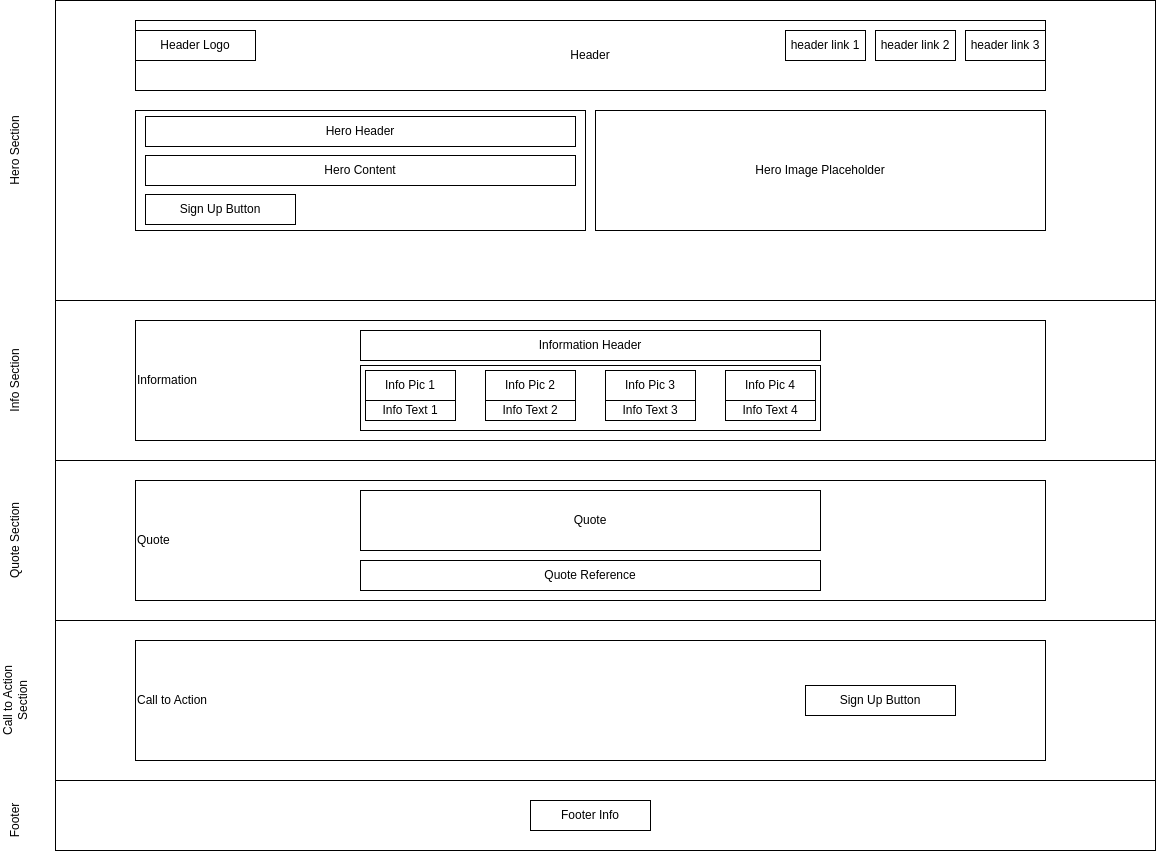
Above: top_project1.png in jjagodz4/top-project1 (draw.io), before the change. Source tidied: cells renumbered, new cells last; positions are measured from the earlier drawing's top-left corner, leaving out a move shared by most shapes.
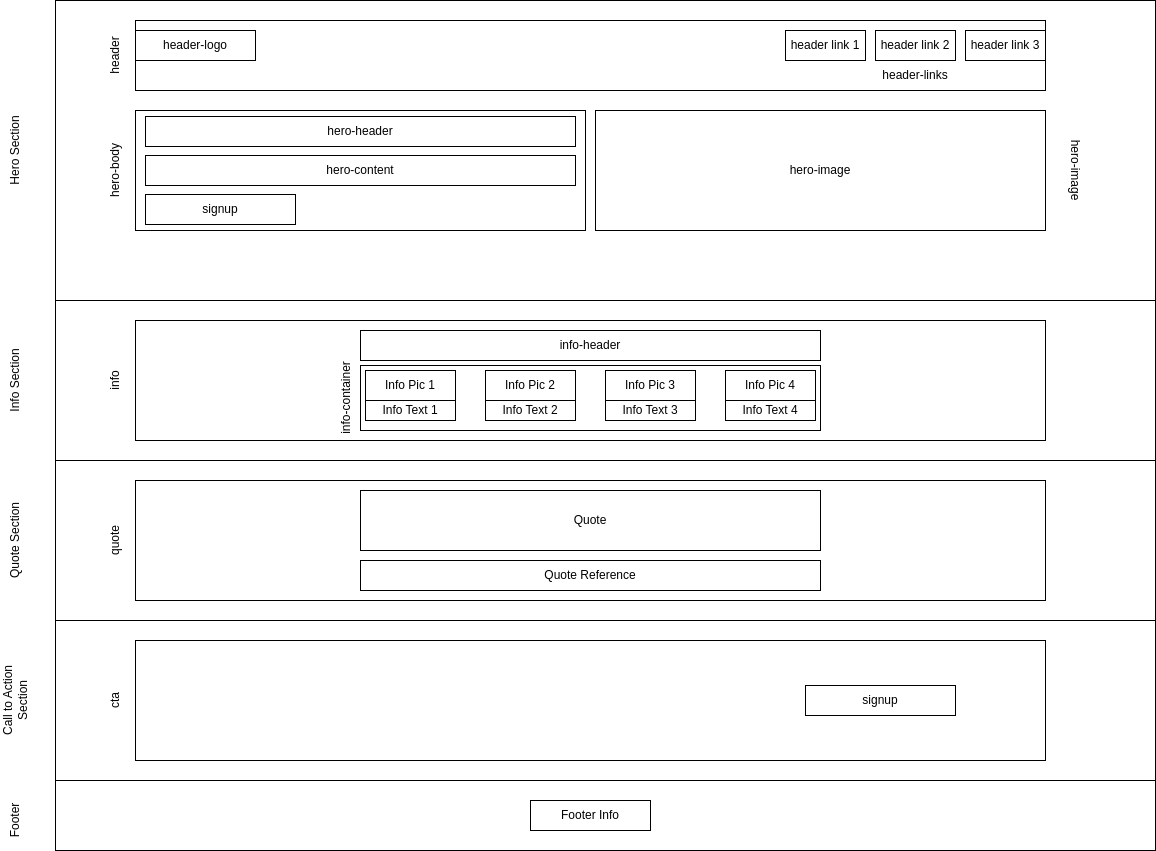
The same file after the commit.

Diff of the diagram source:
```diff
@@ -17,10 +17,10 @@
     <mxCell id="6" style="rounded=0;whiteSpace=wrap;html=1;" parent="1" vertex="1">
       <mxGeometry x="90" y="780" width="1100" height="70" as="geometry" />
     </mxCell>
-    <mxCell id="7" value="Header" style="rounded=0;whiteSpace=wrap;html=1;" parent="1" vertex="1">
+    <mxCell id="7" style="rounded=0;whiteSpace=wrap;html=1;" parent="1" vertex="1">
       <mxGeometry x="170" y="20" width="910" height="70" as="geometry" />
     </mxCell>
-    <mxCell id="8" value="Header Logo" style="rounded=0;whiteSpace=wrap;html=1;" parent="1" vertex="1">
+    <mxCell id="8" value="header-logo" style="rounded=0;whiteSpace=wrap;html=1;" parent="1" vertex="1">
       <mxGeometry x="170" y="30" width="120" height="30" as="geometry" />
     </mxCell>
     <mxCell id="9" value="header link 3" style="rounded=0;whiteSpace=wrap;html=1;" parent="1" vertex="1">
@@ -35,22 +35,22 @@
     <mxCell id="12" style="rounded=0;whiteSpace=wrap;html=1;" parent="1" vertex="1">
       <mxGeometry x="170" y="110" width="450" height="120" as="geometry" />
     </mxCell>
-    <mxCell id="13" value="Hero Image Placeholder" style="rounded=0;whiteSpace=wrap;html=1;" parent="1" vertex="1">
+    <mxCell id="13" value="hero-image" style="rounded=0;whiteSpace=wrap;html=1;" parent="1" vertex="1">
       <mxGeometry x="630" y="110" width="450" height="120" as="geometry" />
     </mxCell>
-    <mxCell id="14" value="Hero Header" style="rounded=0;whiteSpace=wrap;html=1;" parent="1" vertex="1">
+    <mxCell id="14" value="hero-header" style="rounded=0;whiteSpace=wrap;html=1;" parent="1" vertex="1">
       <mxGeometry x="180" y="116" width="430" height="30" as="geometry" />
     </mxCell>
-    <mxCell id="15" value="Hero Content" style="rounded=0;whiteSpace=wrap;html=1;" parent="1" vertex="1">
+    <mxCell id="15" value="hero-content" style="rounded=0;whiteSpace=wrap;html=1;" parent="1" vertex="1">
       <mxGeometry x="180" y="155" width="430" height="30" as="geometry" />
     </mxCell>
-    <mxCell id="16" value="Sign Up Button" style="rounded=0;whiteSpace=wrap;html=1;" parent="1" vertex="1">
+    <mxCell id="16" value="signup" style="rounded=0;whiteSpace=wrap;html=1;" parent="1" vertex="1">
       <mxGeometry x="180" y="194" width="150" height="30" as="geometry" />
     </mxCell>
-    <mxCell id="17" value="Information" style="rounded=0;whiteSpace=wrap;html=1;align=left;" parent="1" vertex="1">
+    <mxCell id="17" style="rounded=0;whiteSpace=wrap;html=1;align=left;" parent="1" vertex="1">
       <mxGeometry x="170" y="320" width="910" height="120" as="geometry" />
     </mxCell>
-    <mxCell id="18" value="Information Header" style="rounded=0;whiteSpace=wrap;html=1;" parent="1" vertex="1">
+    <mxCell id="18" value="info-header" style="rounded=0;whiteSpace=wrap;html=1;" parent="1" vertex="1">
       <mxGeometry x="395" y="330" width="460" height="30" as="geometry" />
     </mxCell>
     <mxCell id="19" style="rounded=0;whiteSpace=wrap;html=1;" parent="1" vertex="1">
@@ -80,7 +80,7 @@
     <mxCell id="27" value="Info Text 4" style="rounded=0;whiteSpace=wrap;html=1;" parent="1" vertex="1">
       <mxGeometry x="760" y="400" width="90" height="20" as="geometry" />
     </mxCell>
-    <mxCell id="28" value="Quote" style="rounded=0;whiteSpace=wrap;html=1;align=left;" parent="1" vertex="1">
+    <mxCell id="28" style="rounded=0;whiteSpace=wrap;html=1;align=left;" parent="1" vertex="1">
       <mxGeometry x="170" y="480" width="910" height="120" as="geometry" />
     </mxCell>
     <mxCell id="29" value="Quote" style="rounded=0;whiteSpace=wrap;html=1;" parent="1" vertex="1">
@@ -89,10 +89,10 @@
     <mxCell id="30" value="Quote Reference" style="rounded=0;whiteSpace=wrap;html=1;" parent="1" vertex="1">
       <mxGeometry x="395" y="560" width="460" height="30" as="geometry" />
     </mxCell>
-    <mxCell id="31" value="Call to Action" style="rounded=0;whiteSpace=wrap;html=1;align=left;" parent="1" vertex="1">
+    <mxCell id="31" style="rounded=0;whiteSpace=wrap;html=1;align=left;" parent="1" vertex="1">
       <mxGeometry x="170" y="640" width="910" height="120" as="geometry" />
     </mxCell>
-    <mxCell id="32" value="Sign Up Button" style="rounded=0;whiteSpace=wrap;html=1;" parent="1" vertex="1">
+    <mxCell id="32" value="signup" style="rounded=0;whiteSpace=wrap;html=1;" parent="1" vertex="1">
       <mxGeometry x="840" y="685" width="150" height="30" as="geometry" />
     </mxCell>
     <mxCell id="33" value="Footer Info" style="rounded=0;whiteSpace=wrap;html=1;" parent="1" vertex="1">
@@ -113,5 +113,29 @@
     <mxCell id="38" value="Footer" style="text;html=1;align=center;verticalAlign=middle;whiteSpace=wrap;rounded=0;rotation=-90;" parent="1" vertex="1">
       <mxGeometry x="25" y="805" width="50" height="30" as="geometry" />
     </mxCell>
+    <mxCell id="39" value="hero-body" style="text;html=1;align=center;verticalAlign=middle;whiteSpace=wrap;rounded=0;rotation=-90;" parent="1" vertex="1">
+      <mxGeometry x="100" y="155" width="100" height="30" as="geometry" />
+    </mxCell>
+    <mxCell id="40" value="hero-image" style="text;html=1;align=center;verticalAlign=middle;whiteSpace=wrap;rounded=0;rotation=90;" parent="1" vertex="1">
+      <mxGeometry x="1060" y="155" width="100" height="30" as="geometry" />
+    </mxCell>
+    <mxCell id="41" value="header" style="text;html=1;align=center;verticalAlign=middle;whiteSpace=wrap;rounded=0;rotation=-90;" parent="1" vertex="1">
+      <mxGeometry x="100" y="40" width="100" height="30" as="geometry" />
+    </mxCell>
+    <mxCell id="42" value="info" style="text;html=1;align=center;verticalAlign=middle;whiteSpace=wrap;rounded=0;rotation=-90;" parent="1" vertex="1">
+      <mxGeometry x="100" y="365" width="100" height="30" as="geometry" />
+    </mxCell>
+    <mxCell id="43" value="quote" style="text;html=1;align=center;verticalAlign=middle;whiteSpace=wrap;rounded=0;rotation=-90;" parent="1" vertex="1">
+      <mxGeometry x="100" y="525" width="100" height="30" as="geometry" />
+    </mxCell>
+    <mxCell id="44" value="header-links" style="text;html=1;align=center;verticalAlign=middle;whiteSpace=wrap;rounded=0;rotation=0;" parent="1" vertex="1">
+      <mxGeometry x="900" y="60" width="100" height="30" as="geometry" />
+    </mxCell>
+    <mxCell id="45" value="info-container" style="text;html=1;align=center;verticalAlign=middle;whiteSpace=wrap;rounded=0;rotation=-90;" parent="1" vertex="1">
+      <mxGeometry x="330" y="382.5" width="100" height="30" as="geometry" />
+    </mxCell>
+    <mxCell id="46" value="cta" style="text;html=1;align=center;verticalAlign=middle;whiteSpace=wrap;rounded=0;rotation=-90;" parent="1" vertex="1">
+      <mxGeometry x="100" y="685" width="100" height="30" as="geometry" />
+    </mxCell>
   </root>
 </mxGraphModel>
```
